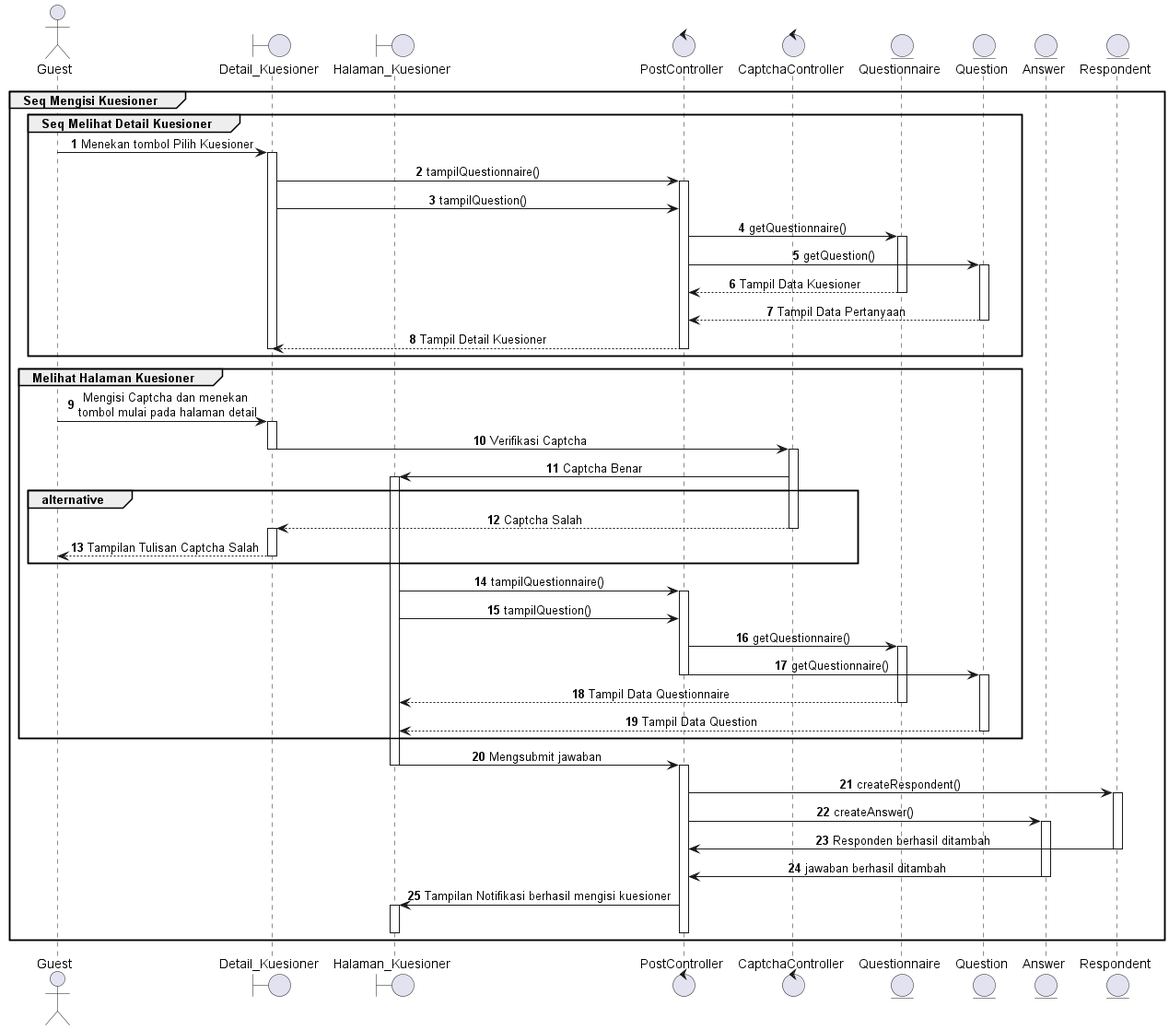
Above: out/documentation/SequenceDiagram/isiKuesionerSD/Interaction Mengisi Kuesioner.png in Churma16/indeks-kepuasan-masyarakat (PlantUML), before the change.
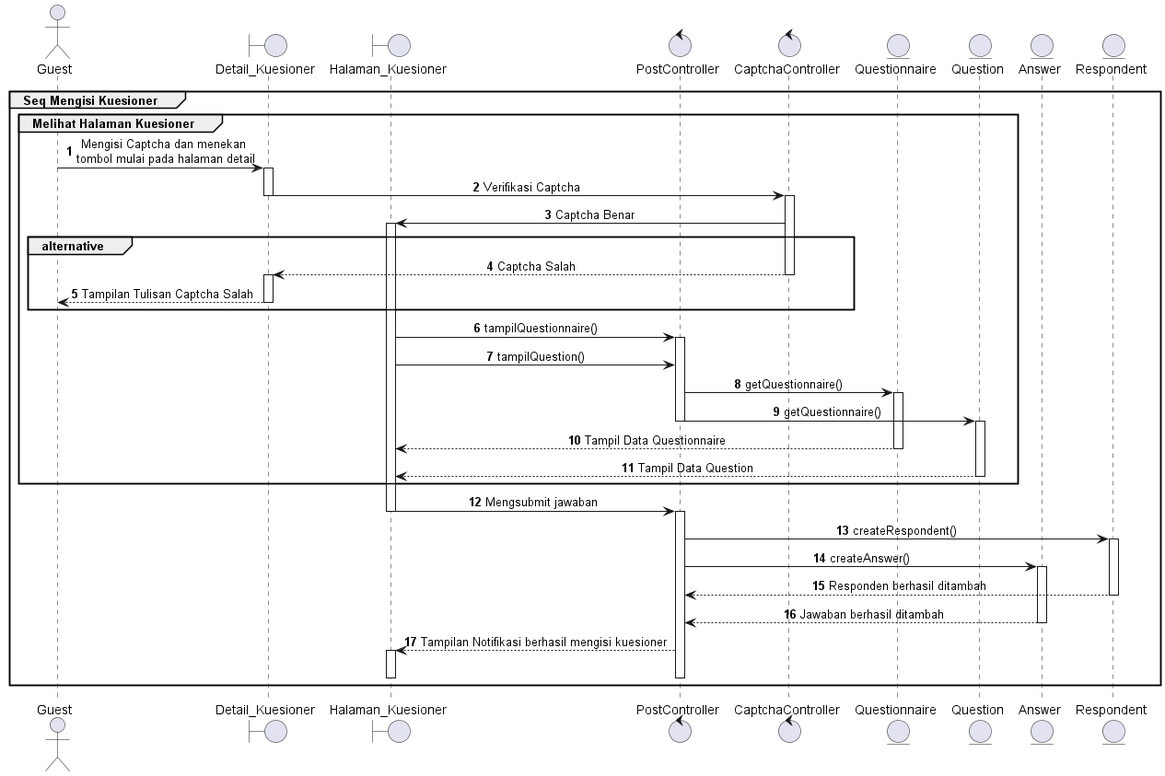
The same file after the commit.

Diff of the diagram source:
```diff
@@ -13,24 +13,7 @@
 entity "Respondent" as r
 
 group Seq Mengisi Kuesioner
-        group Seq Melihat Detail Kuesioner
-            A -> detail: Menekan tombol Pilih Kuesioner
-            activate detail
-                detail -> pcontrol: tampilQuestionnaire()
-                activate pcontrol
-                detail -> pcontrol: tampilQuestion()
-                pcontrol -> q: getQuestionnaire()
-                activate q
-                pcontrol -> qn: getQuestion()
-                activate qn
-                q --> pcontrol: Tampil Data Kuesioner
-                deactivate q
-                qn --> pcontrol: Tampil Data Pertanyaan
-                deactivate qn
-                pcontrol--> detail: Tampil Detail Kuesioner
-                deactivate pcontrol
-                deactivate detail
-        end
+
 
     group Melihat Halaman Kuesioner
         A->detail: Mengisi Captcha dan menekan \ntombol mulai pada halaman detail
@@ -71,12 +54,12 @@
     pcontrol -> a: createAnswer()
     activate a
 
-    r->pcontrol: Responden berhasil ditambah
+    r-->pcontrol: Responden berhasil ditambah
     deactivate r
-    a->pcontrol: jawaban berhasil ditambah
+    a-->pcontrol: Jawaban berhasil ditambah
     deactivate a
 
-    pcontrol->halaman: Tampilan Notifikasi berhasil mengisi kuesioner
+    pcontrol-->halaman: Tampilan Notifikasi berhasil mengisi kuesioner
     activate halaman
     deactivate halaman
     deactivate pcontrol
```
